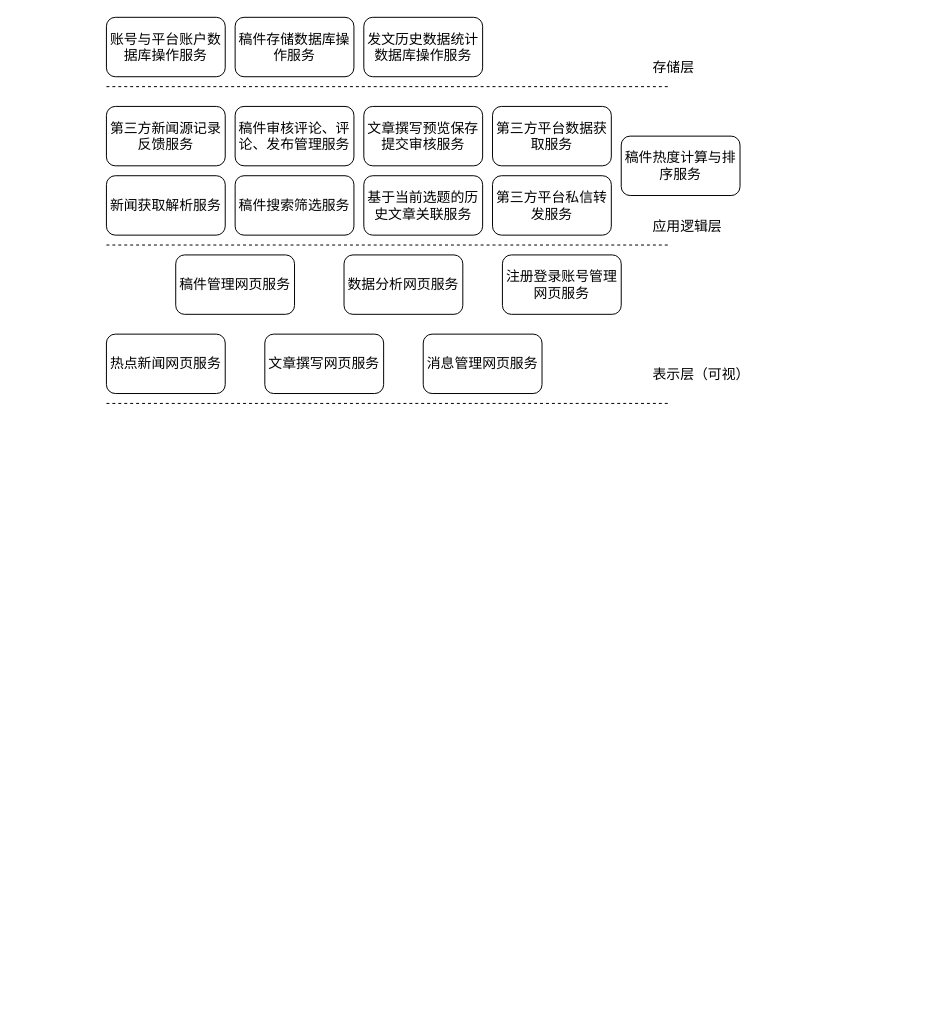
The draw.io diagram LayerLogic/LayerLogic.drawio in zan-press/diagram, before the edit. Source tidied: cells renumbered, new cells numbered last; positions are measured from the earlier drawing's top-left corner, leaving out a move shared by most shapes. Both pictures are drawn from the tidied source at 99%, with x=0, y=0 at pixel (106, 17).
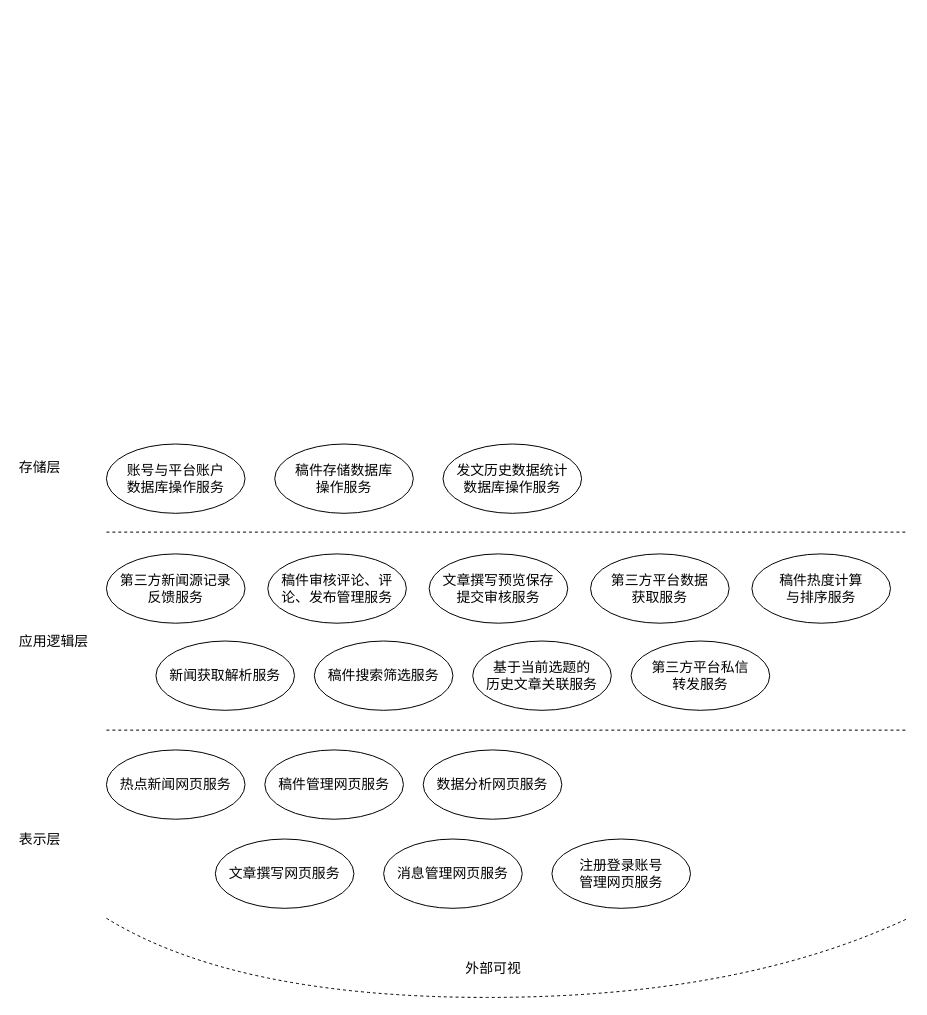
The same diagram, later.

Commit message (it also covers changes not shown here):
Update layer logic

Change to the diagram source:
```diff
@@
     <mxCell id="2" style="endArrow=none;dashed=1;html=1;" parent="1" edge="1">
       <mxGeometry relative="1" as="geometry">
-        <mxPoint y="70" as="sourcePoint" />
-        <mxPoint x="570" y="70" as="targetPoint" />
+        <mxPoint y="520" as="sourcePoint" />
+        <mxPoint x="810" y="520" as="targetPoint" />
       </mxGeometry>
     </mxCell>
     <mxCell id="3" style="endArrow=none;dashed=1;html=1;" parent="1" edge="1">
       <mxGeometry relative="1" as="geometry">
-        <mxPoint y="230" as="sourcePoint" />
-        <mxPoint x="570" y="230" as="targetPoint" />
+        <mxPoint y="720" as="sourcePoint" />
+        <mxPoint x="810" y="720" as="targetPoint" />
       </mxGeometry>
     </mxCell>
-    <mxCell id="4" style="endArrow=none;dashed=1;html=1;" parent="1" edge="1">
-      <mxGeometry relative="1" as="geometry">
-        <mxPoint y="390" as="sourcePoint" />
-        <mxPoint x="570" y="390" as="targetPoint" />
-      </mxGeometry>
-    </mxCell>
     <mxCell id="5" value="&lt;font style=&quot;font-size: 14px&quot;&gt;存储层&lt;/font&gt;" style="text;html=1;align=left;verticalAlign=top;spacingTop=-4;" parent="1" vertex="1">
-      <mxGeometry x="550" y="40" width="60" height="20" as="geometry" />
+      <mxGeometry x="-90" y="444" width="60" height="20" as="geometry" />
     </mxCell>
     <mxCell id="6" value="&lt;font style=&quot;font-size: 14px&quot;&gt;应用逻辑层&lt;/font&gt;" style="text;html=1;align=left;verticalAlign=top;spacingTop=-4;" parent="1" vertex="1">
-      <mxGeometry x="550" y="200" width="90" height="20" as="geometry" />
+      <mxGeometry x="-90" y="620" width="90" height="20" as="geometry" />
     </mxCell>
-    <mxCell id="7" value="&lt;span style=&quot;font-size: 14px&quot;&gt;表示层（可视）&lt;/span&gt;" style="text;html=1;align=left;verticalAlign=top;spacingTop=-4;" parent="1" vertex="1">
-      <mxGeometry x="550" y="350" width="110" height="20" as="geometry" />
+    <mxCell id="7" value="&lt;span style=&quot;font-size: 14px&quot;&gt;表示层&lt;/span&gt;" style="text;html=1;align=left;verticalAlign=top;spacingTop=-4;" parent="1" vertex="1">
+      <mxGeometry x="-90" y="820" width="60" height="20" as="geometry" />
     </mxCell>
-    <mxCell id="8" value="&lt;font style=&quot;font-size: 14px&quot;&gt;账号与平台账户数据库操作服务&lt;/font&gt;" style="rounded=1;whiteSpace=wrap;html=1;" parent="1" vertex="1">
-      <mxGeometry width="120" height="60" as="geometry" />
-    </mxCell>
-    <mxCell id="9" value="&lt;font style=&quot;font-size: 14px&quot;&gt;稿件存储数据库操作服务&lt;/font&gt;" style="rounded=1;whiteSpace=wrap;html=1;" parent="1" vertex="1">
-      <mxGeometry x="130" width="120" height="60" as="geometry" />
-    </mxCell>
-    <mxCell id="10" value="&lt;font style=&quot;font-size: 14px&quot;&gt;发文历史数据统计数据库操作服务&lt;/font&gt;" style="rounded=1;whiteSpace=wrap;html=1;" parent="1" vertex="1">
-      <mxGeometry x="260" width="120" height="60" as="geometry" />
-    </mxCell>
+    <mxCell id="26" value="&lt;span style=&quot;font-size: 14px ; white-space: normal&quot;&gt;账号与平台账户&lt;br&gt;数据库操作服务&lt;/span&gt;" style="ellipse;whiteSpace=wrap;html=1;" parent="1" vertex="1">
+      <mxGeometry y="431" width="140" height="70" as="geometry" />
+    </mxCell>
+    <mxCell id="27" value="&lt;span style=&quot;font-size: 14px&quot;&gt;稿件存储数据库&lt;br&gt;操作服务&lt;/span&gt;" style="ellipse;whiteSpace=wrap;html=1;" parent="1" vertex="1">
+      <mxGeometry x="170" y="431" width="140" height="70" as="geometry" />
+    </mxCell>
+    <mxCell id="28" value="&lt;span style=&quot;font-size: 14px&quot;&gt;发文历史数据统计&lt;br&gt;数据库操作服务&lt;/span&gt;" style="ellipse;whiteSpace=wrap;html=1;" parent="1" vertex="1">
+      <mxGeometry x="340" y="431" width="140" height="70" as="geometry" />
+    </mxCell>
+    <mxCell id="29" value="&lt;span style=&quot;font-size: 14px&quot;&gt;第三方新闻源记录&lt;br&gt;反馈服务&lt;/span&gt;" style="ellipse;whiteSpace=wrap;html=1;" parent="1" vertex="1">
+      <mxGeometry y="542" width="140" height="70" as="geometry" />
+    </mxCell>
+    <mxCell id="13" value="&lt;span style=&quot;font-size: 14px&quot;&gt;稿件审核评论、评论、发布管理服务&lt;/span&gt;" style="ellipse;whiteSpace=wrap;html=1;" parent="1" vertex="1">
+      <mxGeometry x="163" y="542" width="140" height="70" as="geometry" />
+    </mxCell>
+    <mxCell id="30" value="&lt;span style=&quot;font-size: 14px&quot;&gt;文章撰写预览保存&lt;br&gt;提交审核服务&lt;/span&gt;" style="ellipse;whiteSpace=wrap;html=1;" parent="1" vertex="1">
+      <mxGeometry x="326" y="542" width="140" height="70" as="geometry" />
+    </mxCell>
+    <mxCell id="31" value="&lt;span style=&quot;font-size: 14px&quot;&gt;第三方平台数据&lt;br&gt;获取服务&lt;/span&gt;" style="ellipse;whiteSpace=wrap;html=1;" parent="1" vertex="1">
+      <mxGeometry x="489" y="542" width="140" height="70" as="geometry" />
+    </mxCell>
-    <mxCell id="11" value="&lt;font style=&quot;font-size: 14px&quot;&gt;新闻获取解析服务&lt;/font&gt;" style="rounded=1;whiteSpace=wrap;html=1;" parent="1" vertex="1">
-      <mxGeometry y="160" width="120" height="60" as="geometry" />
+    <mxCell id="11" value="&lt;span style=&quot;font-size: 14px&quot;&gt;新闻获取解析服务&lt;/span&gt;" style="ellipse;whiteSpace=wrap;html=1;" parent="1" vertex="1">
+      <mxGeometry x="50" y="630" width="140" height="70" as="geometry" />
     </mxCell>
-    <mxCell id="12" value="&lt;font style=&quot;font-size: 14px&quot;&gt;第三方新闻源记录反馈服务&lt;/font&gt;" style="rounded=1;whiteSpace=wrap;html=1;" parent="1" vertex="1">
-      <mxGeometry y="90" width="120" height="60" as="geometry" />
-    </mxCell>
-    <mxCell id="13" value="&lt;font style=&quot;font-size: 14px&quot;&gt;稿件审核评论、评论、发布管理服务&lt;/font&gt;" style="rounded=1;whiteSpace=wrap;html=1;" parent="1" vertex="1">
-      <mxGeometry x="130" y="90" width="120" height="60" as="geometry" />
-    </mxCell>
-    <mxCell id="14" value="&lt;font style=&quot;font-size: 14px&quot;&gt;稿件搜索筛选服务&lt;/font&gt;" style="rounded=1;whiteSpace=wrap;html=1;" parent="1" vertex="1">
-      <mxGeometry x="130" y="160" width="120" height="60" as="geometry" />
+    <mxCell id="14" value="&lt;span style=&quot;font-size: 14px&quot;&gt;稿件搜索筛选服务&lt;/span&gt;" style="ellipse;whiteSpace=wrap;html=1;" parent="1" vertex="1">
+      <mxGeometry x="210" y="630" width="140" height="70" as="geometry" />
     </mxCell>
-    <mxCell id="15" value="&lt;font style=&quot;font-size: 14px&quot;&gt;文章撰写预览保存提交审核服务&lt;/font&gt;" style="rounded=1;whiteSpace=wrap;html=1;" parent="1" vertex="1">
-      <mxGeometry x="260" y="90" width="120" height="60" as="geometry" />
-    </mxCell>
-    <mxCell id="16" value="&lt;font style=&quot;font-size: 14px&quot;&gt;基于当前选题的历史文章关联服务&lt;/font&gt;" style="rounded=1;whiteSpace=wrap;html=1;" parent="1" vertex="1">
-      <mxGeometry x="260" y="160" width="120" height="60" as="geometry" />
-    </mxCell>
-    <mxCell id="17" value="&lt;font style=&quot;font-size: 14px&quot;&gt;第三方平台数据获取服务&lt;/font&gt;" style="rounded=1;whiteSpace=wrap;html=1;" parent="1" vertex="1">
-      <mxGeometry x="390" y="90" width="120" height="60" as="geometry" />
-    </mxCell>
-    <mxCell id="18" value="&lt;font style=&quot;font-size: 14px&quot;&gt;第三方平台私信转发服务&lt;/font&gt;" style="rounded=1;whiteSpace=wrap;html=1;" parent="1" vertex="1">
-      <mxGeometry x="390" y="160" width="120" height="60" as="geometry" />
-    </mxCell>
+    <mxCell id="32" value="&lt;span style=&quot;font-size: 14px&quot;&gt;基于当前选题的&lt;br&gt;历史文章关联服务&lt;/span&gt;" style="ellipse;whiteSpace=wrap;html=1;" parent="1" vertex="1">
+      <mxGeometry x="370" y="630" width="140" height="70" as="geometry" />
+    </mxCell>
+    <mxCell id="33" value="&lt;span style=&quot;font-size: 14px&quot;&gt;第三方平台私信&lt;br&gt;转发服务&lt;/span&gt;" style="ellipse;whiteSpace=wrap;html=1;" parent="1" vertex="1">
+      <mxGeometry x="530" y="630" width="140" height="70" as="geometry" />
+    </mxCell>
+    <mxCell id="34" value="&lt;span style=&quot;font-size: 14px&quot;&gt;稿件热度计算&lt;br&gt;与排序服务&lt;/span&gt;" style="ellipse;whiteSpace=wrap;html=1;" parent="1" vertex="1">
+      <mxGeometry x="652" y="542" width="140" height="70" as="geometry" />
+    </mxCell>
-    <mxCell id="19" value="&lt;font style=&quot;font-size: 14px&quot;&gt;热点新闻网页服务&lt;/font&gt;" style="rounded=1;whiteSpace=wrap;html=1;" parent="1" vertex="1">
-      <mxGeometry y="320" width="120" height="60" as="geometry" />
+    <mxCell id="19" value="&lt;span style=&quot;font-size: 14px&quot;&gt;热点新闻网页服务&lt;/span&gt;" style="ellipse;whiteSpace=wrap;html=1;" parent="1" vertex="1">
+      <mxGeometry y="740" width="140" height="70" as="geometry" />
     </mxCell>
-    <mxCell id="20" value="&lt;font style=&quot;font-size: 14px&quot;&gt;稿件管理网页服务&lt;/font&gt;" style="rounded=1;whiteSpace=wrap;html=1;" parent="1" vertex="1">
-      <mxGeometry x="70" y="240" width="120" height="60" as="geometry" />
+    <mxCell id="20" value="&lt;span style=&quot;font-size: 14px&quot;&gt;稿件管理网页服务&lt;/span&gt;" style="ellipse;whiteSpace=wrap;html=1;" parent="1" vertex="1">
+      <mxGeometry x="160" y="740" width="140" height="70" as="geometry" />
     </mxCell>
-    <mxCell id="21" value="&lt;font style=&quot;font-size: 14px&quot;&gt;文章撰写网页服务&lt;/font&gt;" style="rounded=1;whiteSpace=wrap;html=1;" parent="1" vertex="1">
-      <mxGeometry x="160" y="320" width="120" height="60" as="geometry" />
+    <mxCell id="21" value="&lt;span style=&quot;font-size: 14px&quot;&gt;文章撰写网页服务&lt;/span&gt;" style="ellipse;whiteSpace=wrap;html=1;" parent="1" vertex="1">
+      <mxGeometry x="110" y="830" width="140" height="70" as="geometry" />
     </mxCell>
+    <mxCell id="23" value="&lt;span style=&quot;font-size: 14px&quot;&gt;消息管理网页服务&lt;/span&gt;" style="ellipse;whiteSpace=wrap;html=1;" parent="1" vertex="1">
+      <mxGeometry x="280" y="830" width="140" height="70" as="geometry" />
+    </mxCell>
-    <mxCell id="22" value="&lt;font style=&quot;font-size: 14px&quot;&gt;数据分析网页服务&lt;/font&gt;" style="rounded=1;whiteSpace=wrap;html=1;" parent="1" vertex="1">
-      <mxGeometry x="240" y="240" width="120" height="60" as="geometry" />
+    <mxCell id="22" value="&lt;span style=&quot;font-size: 14px&quot;&gt;数据分析网页服务&lt;/span&gt;" style="ellipse;whiteSpace=wrap;html=1;" parent="1" vertex="1">
+      <mxGeometry x="320" y="740" width="140" height="70" as="geometry" />
     </mxCell>
-    <mxCell id="23" value="&lt;font style=&quot;font-size: 14px&quot;&gt;消息管理网页服务&lt;/font&gt;" style="rounded=1;whiteSpace=wrap;html=1;" parent="1" vertex="1">
-      <mxGeometry x="320" y="320" width="120" height="60" as="geometry" />
-    </mxCell>
-    <mxCell id="24" value="&lt;font style=&quot;font-size: 14px&quot;&gt;注册登录账号管理网页服务&lt;/font&gt;" style="rounded=1;whiteSpace=wrap;html=1;" parent="1" vertex="1">
-      <mxGeometry x="400" y="240" width="120" height="60" as="geometry" />
-    </mxCell>
-    <mxCell id="25" value="&lt;font style=&quot;font-size: 14px&quot;&gt;稿件热度计算与排序服务&lt;/font&gt;" style="rounded=1;whiteSpace=wrap;html=1;" parent="1" vertex="1">
-      <mxGeometry x="520" y="120" width="120" height="60" as="geometry" />
-    </mxCell>
+    <mxCell id="35" value="&lt;span style=&quot;font-size: 14px&quot;&gt;注册登录账号&lt;br&gt;管理网页服务&lt;/span&gt;" style="ellipse;whiteSpace=wrap;html=1;" parent="1" vertex="1">
+      <mxGeometry x="450" y="830" width="140" height="70" as="geometry" />
+    </mxCell>
+    <mxCell id="36" style="curved=1;endArrow=none;html=1;endFill=0;dashed=1;" parent="1" edge="1">
+      <mxGeometry relative="1" as="geometry">
+        <mxPoint y="910" as="sourcePoint" />
+        <mxPoint x="810" y="910" as="targetPoint" />
+        <Array as="points">
+          <mxPoint x="130" y="990" />
+          <mxPoint x="640" y="990" />
+        </Array>
+      </mxGeometry>
+    </mxCell>
+    <mxCell id="37" value="&lt;span style=&quot;font-size: 14px&quot;&gt;外部可视&lt;/span&gt;" style="text;html=1;align=left;verticalAlign=top;spacingTop=-4;" parent="1" vertex="1">
+      <mxGeometry x="361" y="950" width="70" height="20" as="geometry" />
+    </mxCell>
```
